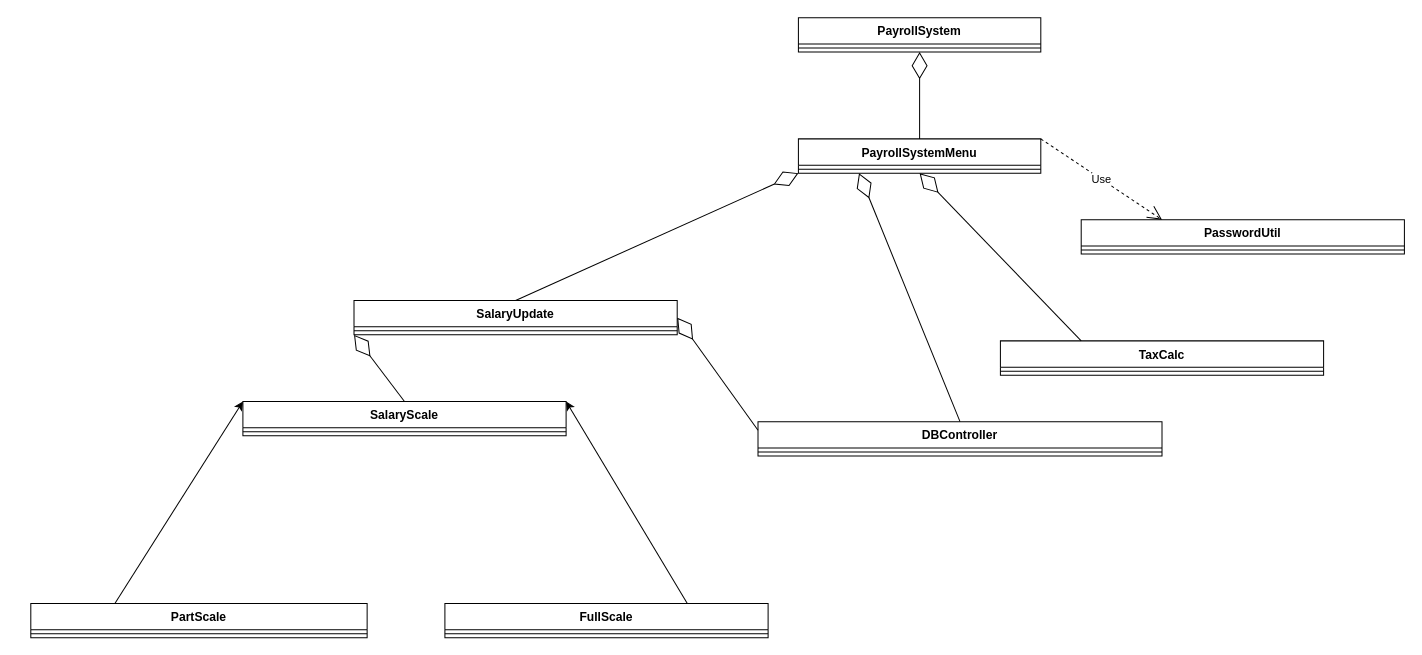
kourousis/payroll-cs4013-project keeps this draw.io diagram as cs4013_uml_final.drawio. Above is the earlier version. Source tidied: cells renumbered, new cells numbered last; positions are measured from the earlier drawing's top-left corner, leaving out a move shared by most shapes. Both pictures are drawn from the tidied source at 101%, with x=0, y=0 at pixel (30, 17).
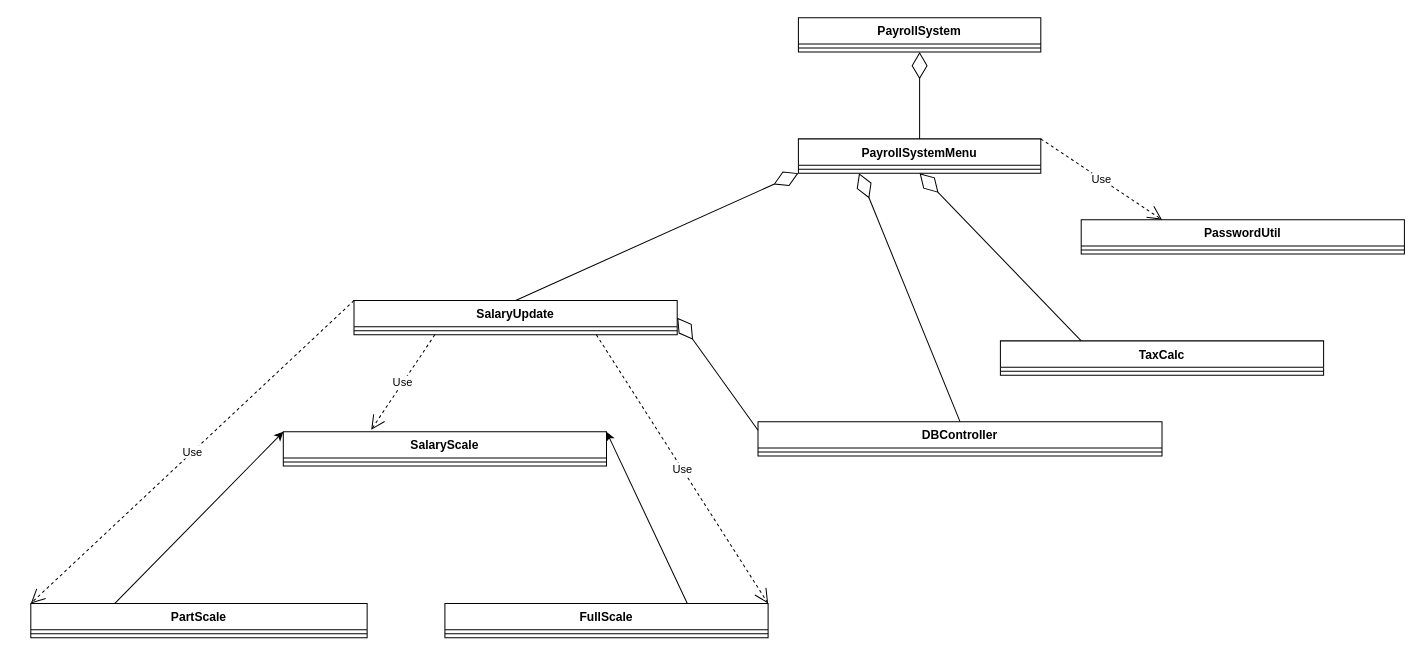
The same diagram, later.

Commit message (it also covers changes not shown here):
fixed uml diagrams

Unchanged cells that the change refers to:
```xml
<mxCell id="10" value="SalaryUpdate" style="swimlane;fontStyle=1;align=center;verticalAlign=top;horizontal=1;startSize=26;whiteSpace=wrap;html=1;" parent="1" vertex="1">
  <mxGeometry x="320" y="280" width="320" height="34" as="geometry" />
</mxCell>
<mxCell id="14" value="FullScale" style="swimlane;fontStyle=1;align=center;verticalAlign=top;horizontal=1;startSize=26;whiteSpace=wrap;html=1;" parent="1" vertex="1">
  <mxGeometry x="410" y="580" width="320" height="34" as="geometry" />
</mxCell>
<mxCell id="16" value="PartScale" style="swimlane;fontStyle=1;align=center;verticalAlign=top;horizontal=1;startSize=26;whiteSpace=wrap;html=1;" parent="1" vertex="1">
  <mxGeometry y="580" width="333" height="34" as="geometry" />
</mxCell>
```

Change to the diagram source:
```diff
@@
     <mxCell id="18" value="SalaryScale" style="swimlane;fontStyle=1;align=center;verticalAlign=top;horizontal=1;startSize=26;whiteSpace=wrap;html=1;" parent="1" vertex="1">
-      <mxGeometry x="210" y="380" width="320" height="34" as="geometry" />
+      <mxGeometry x="250" y="410" width="320" height="34" as="geometry" />
     </mxCell>
@@
-    <mxCell id="24" style="endArrow=diamondThin;endFill=0;endSize=24;html=1;rounded=0;exitX=0.5;exitY=0;exitDx=0;exitDy=0;entryX=0;entryY=1;entryDx=0;entryDy=0;" parent="1" edge="1" source="18" target="10">
-      <mxGeometry relative="1" as="geometry" />
-    </mxCell>
@@
+    <mxCell id="29" value="Use" style="endArrow=open;endSize=12;dashed=1;html=1;entryX=1;entryY=0;entryDx=0;entryDy=0;exitX=0.75;exitY=1;exitDx=0;exitDy=0;" parent="1" edge="1" source="10" target="14">
+      <mxGeometry relative="1" as="geometry" />
+    </mxCell>
+    <mxCell id="30" value="Use" style="endArrow=open;endSize=12;dashed=1;html=1;entryX=0;entryY=0;entryDx=0;entryDy=0;exitX=0;exitY=0;exitDx=0;exitDy=0;" parent="1" edge="1" source="10" target="16">
+      <mxGeometry relative="1" as="geometry" />
+    </mxCell>
+    <mxCell id="31" value="Use" style="endArrow=open;endSize=12;dashed=1;html=1;exitX=0.25;exitY=1;exitDx=0;exitDy=0;entryX=0.272;entryY=-0.059;entryDx=0;entryDy=0;entryPerimeter=0;" parent="1" edge="1" source="10" target="18">
+      <mxGeometry relative="1" as="geometry" />
+    </mxCell>
```
